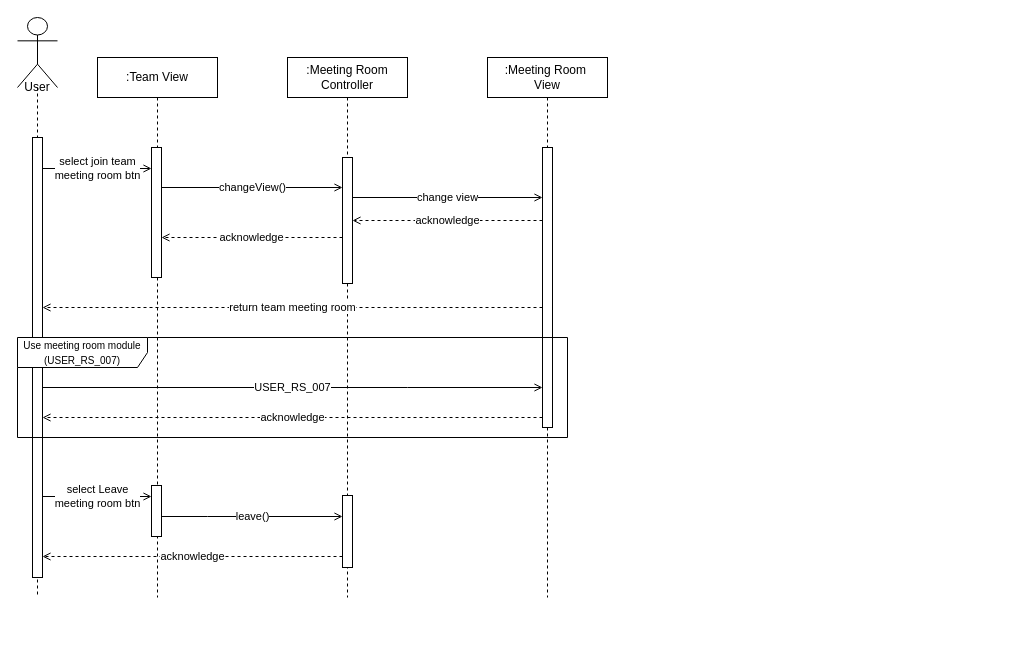
This is SD2-2.drawio from ONFFLine/Diagram, a draw.io file, before an edit. Source tidied: cells renumbered, new cells numbered last; positions are measured from the earlier drawing's top-left corner, leaving out a move shared by most shapes. Both pictures are drawn from the tidied source at 100%, with x=0, y=0 at pixel (17, 17).
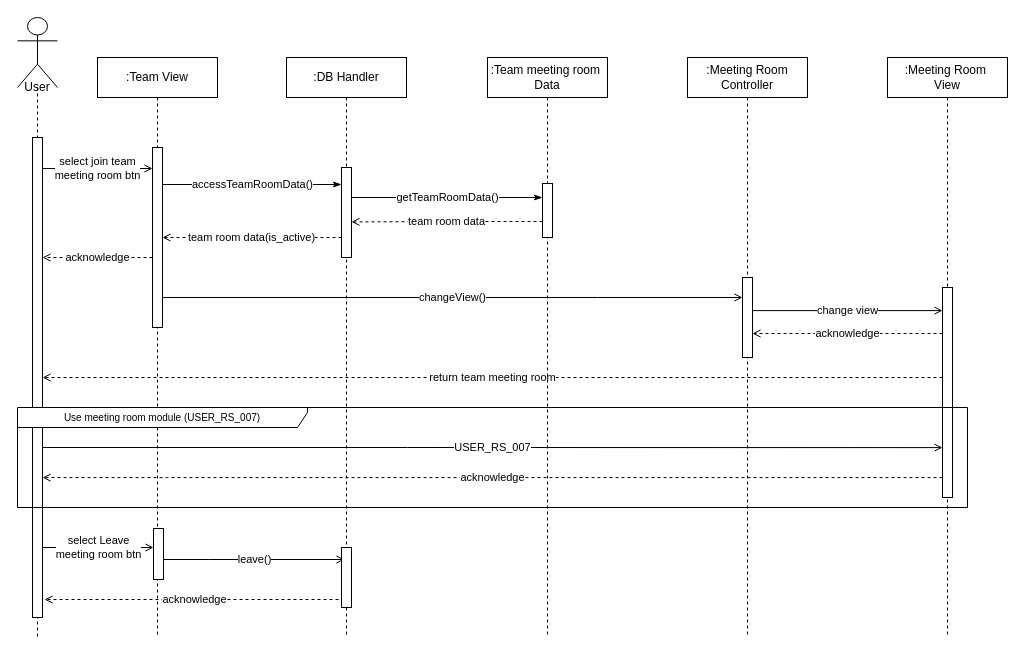
After the change.

Change to the diagram source:
```diff
@@
     <mxCell id="2" value=":Team View" style="shape=umlLifeline;perimeter=lifelinePerimeter;whiteSpace=wrap;html=1;" parent="1" vertex="1">
-      <mxGeometry x="80" y="40" width="120" height="540" as="geometry" />
+      <mxGeometry x="80" y="40" width="120" height="580" as="geometry" />
     </mxCell>
     <mxCell id="3" value=":Meeting Room Controller" style="shape=umlLifeline;perimeter=lifelinePerimeter;whiteSpace=wrap;html=1;" parent="1" vertex="1">
-      <mxGeometry x="270" y="40" width="120" height="540" as="geometry" />
+      <mxGeometry x="670" y="40" width="120" height="580" as="geometry" />
     </mxCell>
     <mxCell id="4" value=":Meeting Room&amp;nbsp;&lt;br&gt;View" style="shape=umlLifeline;perimeter=lifelinePerimeter;whiteSpace=wrap;html=1;" parent="1" vertex="1">
-      <mxGeometry x="470" y="40" width="120" height="540" as="geometry" />
+      <mxGeometry x="870" y="40" width="120" height="580" as="geometry" />
     </mxCell>
     <mxCell id="5" style="shape=umlLifeline;participant=umlActor;perimeter=lifelinePerimeter;whiteSpace=wrap;html=1;verticalAlign=top;spacingTop=36;size=70;" parent="1" vertex="1">
-      <mxGeometry width="40" height="580" as="geometry" />
+      <mxGeometry width="40" height="620" as="geometry" />
     </mxCell>
     <mxCell id="6" style="html=1;points=[];perimeter=orthogonalPerimeter;" parent="5" vertex="1">
-      <mxGeometry x="15" y="120" width="10" height="440" as="geometry" />
+      <mxGeometry x="15" y="120" width="10" height="480" as="geometry" />
     </mxCell>
@@
-    <mxCell id="8" value="acknowledge" style="edgeStyle=orthogonalEdgeStyle;rounded=0;jettySize=auto;html=1;endArrow=open;endFill=0;dashed=1;" parent="1" edge="1" source="10" target="23">
+    <mxCell id="8" value="acknowledge" style="edgeStyle=orthogonalEdgeStyle;rounded=0;orthogonalLoop=1;jettySize=auto;html=1;endArrow=open;endFill=0;dashed=1;" parent="1" edge="1">
       <mxGeometry relative="1" as="geometry">
+        <mxPoint x="925" y="316" as="sourcePoint" />
+        <mxPoint x="735" y="316" as="targetPoint" />
         <Array as="points">
-          <mxPoint x="430" y="203" />
-          <mxPoint x="430" y="203" />
+          <mxPoint x="830" y="316" />
+          <mxPoint x="830" y="316" />
         </Array>
       </mxGeometry>
     </mxCell>
     <mxCell id="9" value="return team meeting room" style="edgeStyle=orthogonalEdgeStyle;rounded=0;jettySize=auto;html=1;endArrow=open;endFill=0;dashed=1;" parent="1" edge="1" source="10" target="6">
       <mxGeometry relative="1" as="geometry">
         <Array as="points">
-          <mxPoint x="400" y="290" />
-          <mxPoint x="400" y="290" />
+          <mxPoint x="480" y="360" />
+          <mxPoint x="480" y="360" />
         </Array>
       </mxGeometry>
     </mxCell>
     <mxCell id="10" style="html=1;points=[];perimeter=orthogonalPerimeter;" parent="1" vertex="1">
-      <mxGeometry x="525" y="130" width="10" height="280" as="geometry" />
+      <mxGeometry x="925" y="270" width="10" height="210" as="geometry" />
     </mxCell>
@@
-    <mxCell id="12" value="acknowledge" style="edgeStyle=orthogonalEdgeStyle;rounded=0;jettySize=auto;html=1;endArrow=open;endFill=0;dashed=1;" parent="1" edge="1" source="10" target="6">
+    <mxCell id="12" value="acknowledge" style="edgeStyle=orthogonalEdgeStyle;rounded=0;orthogonalLoop=1;jettySize=auto;html=1;endArrow=open;endFill=0;dashed=1;" parent="1" edge="1">
       <mxGeometry relative="1" as="geometry">
+        <mxPoint x="925" y="460.1" as="sourcePoint" />
+        <mxPoint x="25" y="460.1" as="targetPoint" />
         <Array as="points">
-          <mxPoint x="150" y="400" />
-          <mxPoint x="150" y="400" />
+          <mxPoint x="150" y="460" />
+          <mxPoint x="150" y="460" />
         </Array>
       </mxGeometry>
     </mxCell>
     <mxCell id="13" value="leave()" style="edgeStyle=orthogonalEdgeStyle;rounded=0;jettySize=auto;html=1;endArrow=open;endFill=0;" parent="1" edge="1" source="14">
       <mxGeometry relative="1" as="geometry">
-        <mxPoint x="325" y="499" as="targetPoint" />
+        <mxPoint x="327" y="542" as="targetPoint" />
         <Array as="points">
-          <mxPoint x="190" y="499" />
-          <mxPoint x="190" y="499" />
+          <mxPoint x="192" y="542" />
+          <mxPoint x="192" y="542" />
         </Array>
       </mxGeometry>
     </mxCell>
     <mxCell id="14" style="html=1;points=[];perimeter=orthogonalPerimeter;" parent="1" vertex="1">
-      <mxGeometry x="134" y="468" width="10" height="51" as="geometry" />
+      <mxGeometry x="136" y="511" width="10" height="51" as="geometry" />
     </mxCell>
-    <mxCell id="15" value="USER_RS_007" style="edgeStyle=orthogonalEdgeStyle;rounded=0;jettySize=auto;html=1;endArrow=open;endFill=0;" parent="1" edge="1" target="10">
+    <mxCell id="15" value="USER_RS_007" style="edgeStyle=orthogonalEdgeStyle;rounded=0;orthogonalLoop=1;jettySize=auto;html=1;endArrow=open;endFill=0;" parent="1" edge="1">
       <mxGeometry relative="1" as="geometry">
-        <mxPoint x="25" y="370" as="sourcePoint" />
+        <mxPoint x="25" y="430" as="sourcePoint" />
+        <mxPoint x="925" y="430.1" as="targetPoint" />
         <Array as="points">
-          <mxPoint x="390" y="370" />
-          <mxPoint x="390" y="370" />
+          <mxPoint x="390" y="430" />
+          <mxPoint x="390" y="430" />
         </Array>
       </mxGeometry>
     </mxCell>
-    <mxCell id="16" value="select Leave &lt;br&gt;meeting room btn" style="edgeStyle=orthogonalEdgeStyle;rounded=0;jettySize=auto;html=1;endArrow=open;endFill=0;" parent="1" edge="1" target="14">
+    <mxCell id="16" value="select Leave &lt;br&gt;meeting room btn" style="edgeStyle=orthogonalEdgeStyle;rounded=0;jettySize=auto;html=1;endArrow=open;endFill=0;" parent="1" edge="1" source="6" target="14">
       <mxGeometry relative="1" as="geometry">
-        <mxPoint x="25" y="479" as="sourcePoint" />
         <Array as="points">
-          <mxPoint x="60" y="479" />
-          <mxPoint x="60" y="479" />
+          <mxPoint x="50" y="530" />
+          <mxPoint x="50" y="530" />
         </Array>
       </mxGeometry>
     </mxCell>
     <mxCell id="17" value="acknowledge" style="edgeStyle=orthogonalEdgeStyle;rounded=0;orthogonalLoop=1;jettySize=auto;html=1;endArrow=open;endFill=0;dashed=1;" parent="1" edge="1">
       <mxGeometry relative="1" as="geometry">
-        <mxPoint x="325" y="539" as="sourcePoint" />
-        <mxPoint x="25" y="539" as="targetPoint" />
+        <mxPoint x="327" y="582" as="sourcePoint" />
+        <mxPoint x="27" y="582" as="targetPoint" />
         <Array as="points">
-          <mxPoint x="170" y="539" />
-          <mxPoint x="170" y="539" />
+          <mxPoint x="172" y="582" />
+          <mxPoint x="172" y="582" />
         </Array>
       </mxGeometry>
     </mxCell>
-    <mxCell id="18" style="html=1;perimeter=orthogonalPerimeter;" parent="1" vertex="1">
-      <mxGeometry x="325" y="478" width="10" height="72" as="geometry" />
-    </mxCell>
-    <mxCell id="19" value="changeView()" style="edgeStyle=orthogonalEdgeStyle;rounded=0;jettySize=auto;html=1;endArrow=open;endFill=0;" parent="1" edge="1" source="20" target="23">
+    <mxCell id="19" value="accessTeamRoomData()" style="edgeStyle=orthogonalEdgeStyle;rounded=0;orthogonalLoop=1;jettySize=auto;html=1;endArrow=classicThin;endFill=1;" parent="1" edge="1">
       <mxGeometry relative="1" as="geometry">
+        <mxPoint x="145" y="167" as="sourcePoint" />
+        <mxPoint x="324" y="167" as="targetPoint" />
         <Array as="points">
-          <mxPoint x="240" y="170" />
-          <mxPoint x="240" y="170" />
+          <mxPoint x="230" y="167" />
+          <mxPoint x="230" y="167" />
         </Array>
       </mxGeometry>
     </mxCell>
+    <mxCell id="25" value="acknowledge" style="edgeStyle=orthogonalEdgeStyle;rounded=0;jettySize=auto;html=1;endArrow=open;endFill=0;dashed=1;" parent="1" edge="1" source="20" target="6">
+      <mxGeometry relative="1" as="geometry">
+        <Array as="points">
+          <mxPoint x="50" y="240" />
+          <mxPoint x="50" y="240" />
+        </Array>
+      </mxGeometry>
+    </mxCell>
     <mxCell id="20" style="html=1;points=[];perimeter=orthogonalPerimeter;" parent="1" vertex="1">
-      <mxGeometry x="134" y="130" width="10" height="130" as="geometry" />
+      <mxGeometry x="135" y="130" width="10" height="180" as="geometry" />
     </mxCell>
-    <mxCell id="21" value="change view" style="edgeStyle=orthogonalEdgeStyle;rounded=0;jettySize=auto;html=1;endArrow=open;endFill=0;" parent="1" edge="1" source="23" target="10">
+    <mxCell id="21" value="change view" style="edgeStyle=orthogonalEdgeStyle;rounded=0;orthogonalLoop=1;jettySize=auto;html=1;endArrow=open;endFill=0;" parent="1" edge="1">
       <mxGeometry relative="1" as="geometry">
+        <mxPoint x="735" y="293.1" as="sourcePoint" />
+        <mxPoint x="925" y="293.1" as="targetPoint" />
         <Array as="points">
-          <mxPoint x="430" y="180" />
-          <mxPoint x="430" y="180" />
+          <mxPoint x="830" y="293" />
+          <mxPoint x="830" y="293" />
         </Array>
       </mxGeometry>
     </mxCell>
-    <mxCell id="22" value="acknowledge" style="edgeStyle=orthogonalEdgeStyle;rounded=0;jettySize=auto;html=1;endArrow=open;endFill=0;dashed=1;" parent="1" edge="1" source="23" target="20">
+    <mxCell id="22" value="team room data(is_active)" style="edgeStyle=orthogonalEdgeStyle;rounded=0;jettySize=auto;html=1;endArrow=open;endFill=0;dashed=1;" parent="1" edge="1" source="29" target="20">
       <mxGeometry relative="1" as="geometry">
         <Array as="points">
-          <mxPoint x="230" y="220" />
-          <mxPoint x="230" y="220" />
+          <mxPoint x="280" y="220" />
+          <mxPoint x="280" y="220" />
         </Array>
       </mxGeometry>
     </mxCell>
     <mxCell id="23" style="html=1;points=[];perimeter=orthogonalPerimeter;" parent="1" vertex="1">
-      <mxGeometry x="325" y="140" width="10" height="126" as="geometry" />
+      <mxGeometry x="725" y="260" width="10" height="80" as="geometry" />
     </mxCell>
+    <mxCell id="26" value=":Team meeting room&amp;nbsp;&lt;br&gt;Data" style="shape=umlLifeline;perimeter=lifelinePerimeter;whiteSpace=wrap;html=1;" parent="1" vertex="1">
+      <mxGeometry x="470" y="40" width="120" height="580" as="geometry" />
+    </mxCell>
+    <mxCell id="27" value=":DB Handler" style="shape=umlLifeline;perimeter=lifelinePerimeter;whiteSpace=wrap;html=1;" parent="1" vertex="1">
+      <mxGeometry x="269" y="40" width="120" height="580" as="geometry" />
+    </mxCell>
+    <mxCell id="28" value="getTeamRoomData()" style="edgeStyle=orthogonalEdgeStyle;rounded=0;jettySize=auto;html=1;endArrow=classicThin;endFill=1;" parent="1" edge="1" source="29" target="30">
+      <mxGeometry relative="1" as="geometry">
+        <Array as="points">
+          <mxPoint x="430" y="180" />
+          <mxPoint x="430" y="180" />
+        </Array>
+      </mxGeometry>
+    </mxCell>
+    <mxCell id="29" style="html=1;points=[];perimeter=orthogonalPerimeter;" parent="1" vertex="1">
+      <mxGeometry x="324" y="150" width="10" height="90" as="geometry" />
+    </mxCell>
+    <mxCell id="30" style="html=1;points=[];perimeter=orthogonalPerimeter;" parent="1" vertex="1">
+      <mxGeometry x="525" y="166" width="10" height="54" as="geometry" />
+    </mxCell>
+    <mxCell id="31" value="team room data" style="edgeStyle=orthogonalEdgeStyle;rounded=0;jettySize=auto;html=1;endArrow=open;endFill=0;dashed=1;" parent="1" edge="1" source="30">
+      <mxGeometry relative="1" as="geometry">
+        <mxPoint x="334" y="204.4" as="targetPoint" />
+        <Array as="points">
+          <mxPoint x="480" y="204" />
+          <mxPoint x="480" y="204" />
+        </Array>
+      </mxGeometry>
+    </mxCell>
+    <mxCell id="32" value="changeView()" style="edgeStyle=orthogonalEdgeStyle;rounded=0;jettySize=auto;html=1;endArrow=open;endFill=0;" parent="1" edge="1" source="20" target="23">
+      <mxGeometry relative="1" as="geometry">
+        <Array as="points">
+          <mxPoint x="580" y="280" />
+          <mxPoint x="580" y="280" />
+        </Array>
+      </mxGeometry>
+    </mxCell>
-    <mxCell id="24" value="&lt;font style=&quot;font-size: 10px&quot;&gt;Use meeting room module&lt;br&gt;(USER_RS_007)&lt;br&gt;&lt;/font&gt;" style="shape=umlFrame;whiteSpace=wrap;html=1;width=130;height=30;" parent="1" vertex="1">
-      <mxGeometry y="320" width="550" height="100" as="geometry" />
+    <mxCell id="24" value="&lt;font style=&quot;font-size: 10px&quot;&gt;Use meeting room module (USER_RS_007)&lt;br&gt;&lt;/font&gt;" style="shape=umlFrame;whiteSpace=wrap;html=1;width=290;height=20;" parent="1" vertex="1">
+      <mxGeometry y="390" width="950" height="100" as="geometry" />
     </mxCell>
+    <mxCell id="33" style="html=1;perimeter=orthogonalPerimeter;" parent="1" vertex="1">
+      <mxGeometry x="324" y="530" width="10" height="60" as="geometry" />
+    </mxCell>
```
